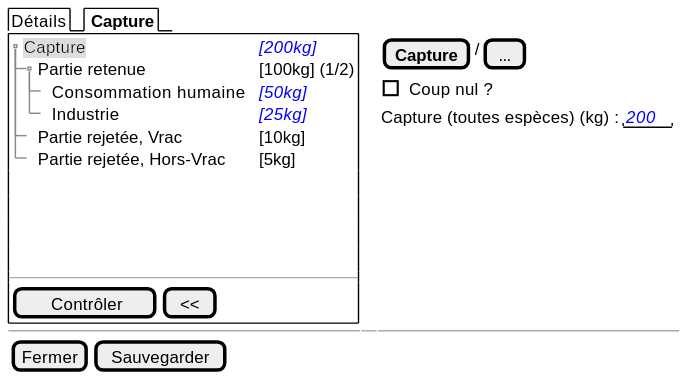
Above: projects/obsmer/spe/images/batch/batch-tree-control.svg in sumaris-net/sumaris-doc (PlantUML), before the change.
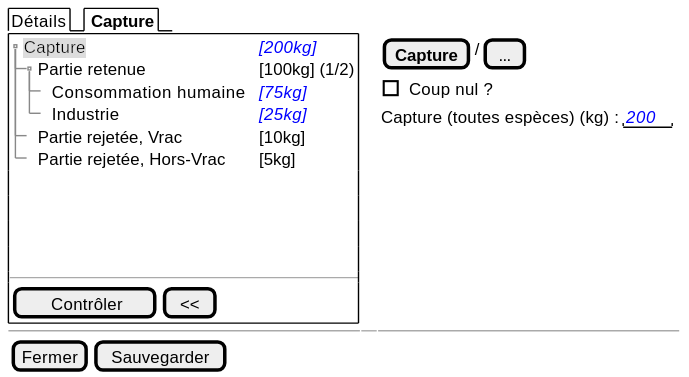
The same diagram one commit later.

The edit, as a diff of the source:
```diff
@@ -5,7 +5,7 @@
     {T
          + <back:#DDD>Capture         | <i><color:blue>[200kg]
          ++ Partie retenue       | [100kg] (1/2)
-       +++ Consommation humaine | <i><color:blue>[50kg]
+       +++ Consommation humaine | <i><color:blue>[75kg]
        +++ Industrie | <i><color:blue>[25kg]
          ++ Partie rejetée, Vrac      | [10kg]
          ++ Partie rejetée, Hors-Vrac | [5kg]
```
